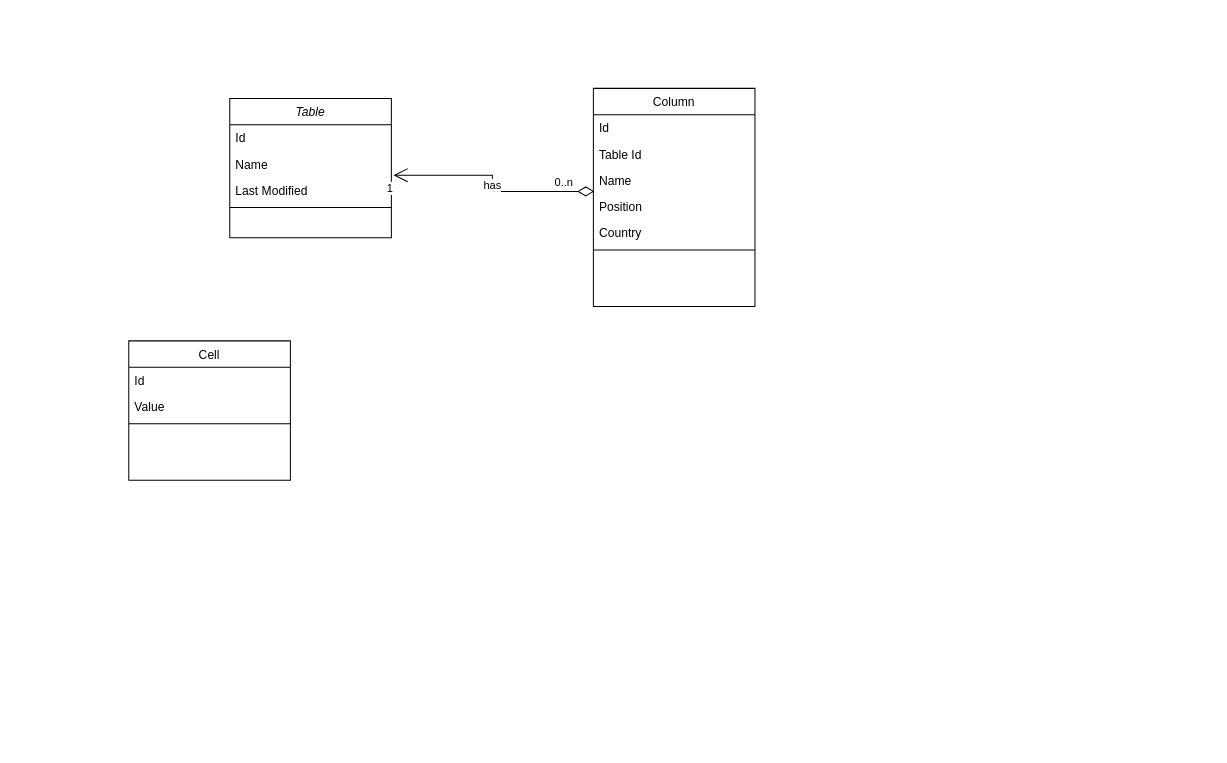
This is app/Excel Diagram.drawio from Toan1223/TestCoroutines, a draw.io file, before an edit. Source tidied: cells renumbered, new cells numbered last; positions are measured from the earlier drawing's top-left corner, leaving out a move shared by most shapes. Both pictures are drawn from the tidied source at 101%, with x=0, y=0 at pixel (128, 88).
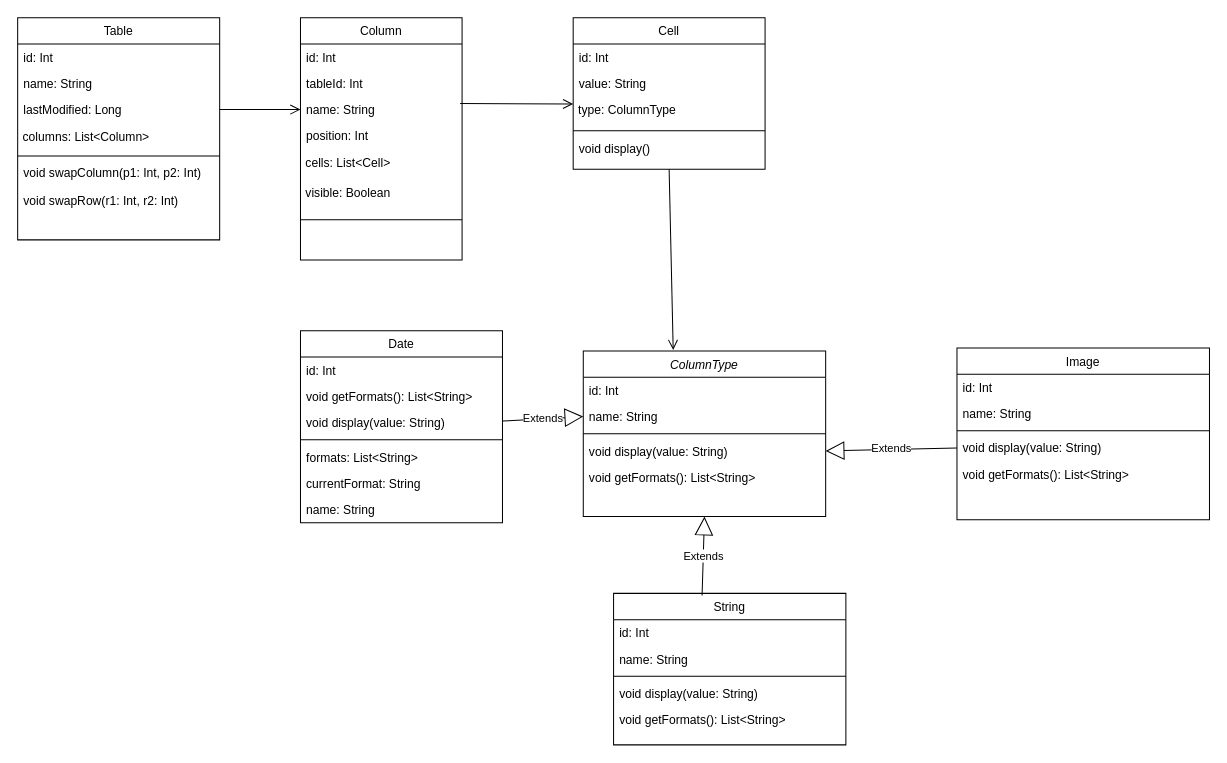
The same page after the edit.

Change to the diagram source:
```diff
@@
-    <mxCell id="2" value="Table" style="swimlane;fontStyle=2;align=center;verticalAlign=top;horizontal=1;startSize=26;rounded=0;shadow=0;strokeWidth=1;" parent="1" vertex="1">
-      <mxGeometry x="100" y="10" width="160" height="138" as="geometry" />
+    <mxCell id="2" value="Table" style="swimlane;fontStyle=0;align=center;verticalAlign=top;horizontal=1;startSize=26;rounded=0;shadow=0;strokeWidth=1;" parent="1" vertex="1">
+      <mxGeometry x="-110" y="-70" width="200" height="220" as="geometry" />
     </mxCell>
-    <mxCell id="3" value="Id" style="text;align=left;verticalAlign=top;spacingLeft=4;spacingRight=4;overflow=hidden;rounded=0;shadow=0;html=0;" parent="2" vertex="1">
-      <mxGeometry y="26" width="160" height="26" as="geometry" />
+    <mxCell id="3" value="id: Int" style="text;align=left;verticalAlign=top;spacingLeft=4;spacingRight=4;overflow=hidden;rounded=0;shadow=0;html=0;" parent="2" vertex="1">
+      <mxGeometry y="26" width="200" height="26" as="geometry" />
     </mxCell>
-    <mxCell id="4" value="Name" style="text;align=left;verticalAlign=top;spacingLeft=4;spacingRight=4;overflow=hidden;" parent="2" vertex="1">
-      <mxGeometry y="52" width="160" height="26" as="geometry" />
+    <mxCell id="4" value="name: String" style="text;align=left;verticalAlign=top;spacingLeft=4;spacingRight=4;overflow=hidden;" parent="2" vertex="1">
+      <mxGeometry y="52" width="200" height="26" as="geometry" />
     </mxCell>
-    <mxCell id="5" value="Last Modified" style="text;align=left;verticalAlign=top;spacingLeft=4;spacingRight=4;overflow=hidden;points=[[0,0.5],[1,0.5]];portConstraint=eastwest;rounded=0;shadow=0;html=0;" parent="2" vertex="1">
-      <mxGeometry y="78" width="160" height="26" as="geometry" />
+    <mxCell id="5" value="lastModified: Long" style="text;align=left;verticalAlign=top;spacingLeft=4;spacingRight=4;overflow=hidden;points=[[0,0.5],[1,0.5]];portConstraint=eastwest;rounded=0;shadow=0;html=0;" parent="2" vertex="1">
+      <mxGeometry y="78" width="200" height="26" as="geometry" />
     </mxCell>
+    <mxCell id="21" value="&amp;nbsp;columns: List&amp;lt;Column&amp;gt;" style="text;strokeColor=none;align=left;fillColor=none;html=1;verticalAlign=middle;whiteSpace=wrap;rounded=0;" parent="2" vertex="1">
+      <mxGeometry y="104" width="200" height="30" as="geometry" />
+    </mxCell>
     <mxCell id="6" style="line;html=1;strokeWidth=1;align=left;verticalAlign=middle;spacingTop=-1;spacingLeft=3;spacingRight=3;labelPosition=right;" parent="2" vertex="1">
-      <mxGeometry y="104" width="160" height="8" as="geometry" />
+      <mxGeometry y="134" width="200" height="6" as="geometry" />
     </mxCell>
+    <mxCell id="22" value="void swapColumn(p1: Int, p2: Int)" style="text;align=left;verticalAlign=top;spacingLeft=4;spacingRight=4;overflow=hidden;rounded=0;shadow=0;html=0;" parent="2" vertex="1">
+      <mxGeometry y="140" width="200" height="28" as="geometry" />
+    </mxCell>
+    <mxCell id="23" value="void swapRow(r1: Int, r2: Int)" style="text;align=left;verticalAlign=top;spacingLeft=4;spacingRight=4;overflow=hidden;rounded=0;shadow=0;html=0;" parent="2" vertex="1">
+      <mxGeometry y="168" width="200" height="28" as="geometry" />
+    </mxCell>
     <mxCell id="7" value="Cell" style="swimlane;fontStyle=0;align=center;verticalAlign=top;horizontal=1;startSize=26;rounded=0;shadow=0;strokeWidth=1;" parent="1" vertex="1">
-      <mxGeometry y="250" width="160" height="138" as="geometry" />
+      <mxGeometry x="440" y="-70" width="190" height="150" as="geometry" />
     </mxCell>
-    <mxCell id="8" value="Id" style="text;align=left;verticalAlign=top;spacingLeft=4;spacingRight=4;overflow=hidden;" parent="7" vertex="1">
-      <mxGeometry y="26" width="160" height="26" as="geometry" />
+    <mxCell id="8" value="id: Int" style="text;align=left;verticalAlign=top;spacingLeft=4;spacingRight=4;overflow=hidden;" parent="7" vertex="1">
+      <mxGeometry y="26" width="190" height="26" as="geometry" />
     </mxCell>
-    <mxCell id="9" value="Value" style="text;align=left;verticalAlign=top;spacingLeft=4;spacingRight=4;overflow=hidden;rounded=0;shadow=0;html=0;" parent="7" vertex="1">
-      <mxGeometry y="52" width="160" height="26" as="geometry" />
+    <mxCell id="9" value="value: String" style="text;align=left;verticalAlign=top;spacingLeft=4;spacingRight=4;overflow=hidden;rounded=0;shadow=0;html=0;" parent="7" vertex="1">
+      <mxGeometry y="52" width="190" height="26" as="geometry" />
     </mxCell>
+    <mxCell id="24" value="&amp;nbsp;type: ColumnType" style="text;strokeColor=none;align=left;fillColor=none;html=1;verticalAlign=top;whiteSpace=wrap;rounded=0;spacingRight=4;" parent="7" vertex="1">
+      <mxGeometry y="78" width="190" height="30" as="geometry" />
+    </mxCell>
     <mxCell id="10" style="line;html=1;strokeWidth=1;align=left;verticalAlign=middle;spacingTop=-1;spacingLeft=3;spacingRight=3;labelPosition=right;" parent="7" vertex="1">
-      <mxGeometry y="78" width="160" height="8" as="geometry" />
+      <mxGeometry y="108" width="190" height="8" as="geometry" />
     </mxCell>
+    <mxCell id="25" value="void display()" style="text;align=left;verticalAlign=top;spacingLeft=4;spacingRight=4;overflow=hidden;rounded=0;shadow=0;html=0;" parent="7" vertex="1">
+      <mxGeometry y="116" width="190" height="28" as="geometry" />
+    </mxCell>
     <mxCell id="11" value="Column" style="swimlane;fontStyle=0;align=center;verticalAlign=top;horizontal=1;startSize=26;rounded=0;shadow=0;strokeWidth=1;" parent="1" vertex="1">
-      <mxGeometry x="460" width="160" height="216" as="geometry" />
+      <mxGeometry x="170" y="-70" width="160" height="240" as="geometry" />
     </mxCell>
-    <mxCell id="12" value="Id" style="text;align=left;verticalAlign=top;spacingLeft=4;spacingRight=4;overflow=hidden;" parent="11" vertex="1">
+    <mxCell id="12" value="id: Int" style="text;align=left;verticalAlign=top;spacingLeft=4;spacingRight=4;overflow=hidden;" parent="11" vertex="1">
       <mxGeometry y="26" width="160" height="26" as="geometry" />
     </mxCell>
-    <mxCell id="13" value="Table Id" style="text;align=left;verticalAlign=top;spacingLeft=4;spacingRight=4;overflow=hidden;rounded=0;shadow=0;html=0;" parent="11" vertex="1">
+    <mxCell id="13" value="tableId: Int" style="text;align=left;verticalAlign=top;spacingLeft=4;spacingRight=4;overflow=hidden;rounded=0;shadow=0;html=0;" parent="11" vertex="1">
       <mxGeometry y="52" width="160" height="26" as="geometry" />
     </mxCell>
-    <mxCell id="14" value="Name" style="text;align=left;verticalAlign=top;spacingLeft=4;spacingRight=4;overflow=hidden;points=[[0,0.5],[1,0.5]];portConstraint=eastwest;rounded=0;shadow=0;html=0;" parent="11" vertex="1">
+    <mxCell id="14" value="name: String" style="text;align=left;verticalAlign=top;spacingLeft=4;spacingRight=4;overflow=hidden;points=[[0,0.5],[1,0.5]];portConstraint=eastwest;rounded=0;shadow=0;html=0;" parent="11" vertex="1">
       <mxGeometry y="78" width="160" height="26" as="geometry" />
     </mxCell>
-    <mxCell id="15" value="Position" style="text;align=left;verticalAlign=top;spacingLeft=4;spacingRight=4;overflow=hidden;points=[[0,0.5],[1,0.5]];portConstraint=eastwest;rounded=0;shadow=0;html=0;" parent="11" vertex="1">
+    <mxCell id="15" value="position: Int" style="text;align=left;verticalAlign=top;spacingLeft=4;spacingRight=4;overflow=hidden;points=[[0,0.5],[1,0.5]];portConstraint=eastwest;rounded=0;shadow=0;html=0;" parent="11" vertex="1">
       <mxGeometry y="104" width="160" height="26" as="geometry" />
     </mxCell>
-    <mxCell id="16" value="Country" style="text;align=left;verticalAlign=top;spacingLeft=4;spacingRight=4;overflow=hidden;rounded=0;shadow=0;html=0;" parent="11" vertex="1">
-      <mxGeometry y="130" width="160" height="26" as="geometry" />
-    </mxCell>
+    <mxCell id="26" value="&amp;nbsp;cells: List&amp;lt;Cell&amp;gt;" style="text;strokeColor=none;align=left;fillColor=none;html=1;verticalAlign=top;whiteSpace=wrap;rounded=0;spacingRight=4;" parent="11" vertex="1">
+      <mxGeometry y="130" width="160" height="30" as="geometry" />
+    </mxCell>
+    <mxCell id="27" value="&amp;nbsp;visible: Boolean" style="text;strokeColor=none;align=left;fillColor=none;html=1;verticalAlign=top;whiteSpace=wrap;rounded=0;spacingRight=4;" parent="11" vertex="1">
+      <mxGeometry y="160" width="160" height="30" as="geometry" />
+    </mxCell>
     <mxCell id="17" style="line;html=1;strokeWidth=1;align=left;verticalAlign=middle;spacingTop=-1;spacingLeft=3;spacingRight=3;labelPosition=right;" parent="11" vertex="1">
-      <mxGeometry y="156" width="160" height="8" as="geometry" />
+      <mxGeometry y="190" width="160" height="20" as="geometry" />
     </mxCell>
-    <mxCell id="18" value="has" style="endArrow=open;html=1;endSize=12;startArrow=diamondThin;startSize=14;startFill=0;edgeStyle=orthogonalEdgeStyle;rounded=0;entryX=1.013;entryY=-0.077;entryDx=0;entryDy=0;entryPerimeter=0;exitX=0.006;exitY=-0.077;exitDx=0;exitDy=0;exitPerimeter=0;" parent="1" edge="1" source="15" target="5">
-      <mxGeometry relative="1" as="geometry" />
-    </mxCell>
-    <mxCell id="19" value="0..n" style="edgeLabel;html=1;align=left;verticalAlign=top;" parent="18" vertex="1">
-      <mxGeometry x="-1" relative="1" as="geometry">
-        <mxPoint x="-41" y="-22" as="offset" />
-      </mxGeometry>
-    </mxCell>
-    <mxCell id="20" value="1" style="edgeLabel;html=1;align=right;verticalAlign=top;" parent="18" vertex="1">
-      <mxGeometry x="1" relative="1" as="geometry" />
-    </mxCell>
+    <mxCell id="28" value="ColumnType" style="swimlane;fontStyle=2;align=center;verticalAlign=top;horizontal=1;startSize=26;rounded=0;shadow=0;strokeWidth=1;" parent="1" vertex="1">
+      <mxGeometry x="450" y="260" width="240" height="164" as="geometry" />
+    </mxCell>
+    <mxCell id="29" value="id: Int" style="text;align=left;verticalAlign=top;spacingLeft=4;spacingRight=4;overflow=hidden;" parent="28" vertex="1">
+      <mxGeometry y="26" width="240" height="26" as="geometry" />
+    </mxCell>
+    <mxCell id="30" value="name: String" style="text;align=left;verticalAlign=top;spacingLeft=4;spacingRight=4;overflow=hidden;points=[[0,0.5],[1,0.5]];portConstraint=eastwest;rounded=0;shadow=0;html=0;" parent="28" vertex="1">
+      <mxGeometry y="52" width="240" height="26" as="geometry" />
+    </mxCell>
+    <mxCell id="31" style="line;html=1;strokeWidth=1;align=left;verticalAlign=middle;spacingTop=-1;spacingLeft=3;spacingRight=3;labelPosition=right;" parent="28" vertex="1">
+      <mxGeometry y="78" width="240" height="8" as="geometry" />
+    </mxCell>
+    <mxCell id="32" value="void display(value: String)" style="text;align=left;verticalAlign=top;spacingLeft=4;spacingRight=4;overflow=hidden;points=[[0,0.5],[1,0.5]];portConstraint=eastwest;rounded=0;shadow=0;html=0;" parent="28" vertex="1">
+      <mxGeometry y="86" width="240" height="26" as="geometry" />
+    </mxCell>
+    <mxCell id="33" value="void getFormats(): List&lt;String&gt;" style="text;align=left;verticalAlign=top;spacingLeft=4;spacingRight=4;overflow=hidden;rounded=0;shadow=0;html=0;" parent="28" vertex="1">
+      <mxGeometry y="112" width="240" height="26" as="geometry" />
+    </mxCell>
+    <mxCell id="34" value="Date" style="swimlane;fontStyle=0;align=center;verticalAlign=top;horizontal=1;startSize=26;rounded=0;shadow=0;strokeWidth=1;" parent="1" vertex="1">
+      <mxGeometry x="170" y="240" width="200" height="190" as="geometry" />
+    </mxCell>
+    <mxCell id="35" value="id: Int" style="text;align=left;verticalAlign=top;spacingLeft=4;spacingRight=4;overflow=hidden;" parent="34" vertex="1">
+      <mxGeometry y="26" width="200" height="26" as="geometry" />
+    </mxCell>
+    <mxCell id="36" value="void getFormats(): List&lt;String&gt;" style="text;align=left;verticalAlign=top;spacingLeft=4;spacingRight=4;overflow=hidden;rounded=0;shadow=0;html=0;" parent="34" vertex="1">
+      <mxGeometry y="52" width="200" height="26" as="geometry" />
+    </mxCell>
+    <mxCell id="37" value="void display(value: String)" style="text;align=left;verticalAlign=top;spacingLeft=4;spacingRight=4;overflow=hidden;rounded=0;shadow=0;html=0;" parent="34" vertex="1">
+      <mxGeometry y="78" width="200" height="26" as="geometry" />
+    </mxCell>
+    <mxCell id="38" style="line;html=1;strokeWidth=1;align=left;verticalAlign=middle;spacingTop=-1;spacingLeft=3;spacingRight=3;labelPosition=right;" parent="34" vertex="1">
+      <mxGeometry y="104" width="200" height="8" as="geometry" />
+    </mxCell>
+    <mxCell id="39" value="formats: List&lt;String&gt;" style="text;align=left;verticalAlign=top;spacingLeft=4;spacingRight=4;overflow=hidden;rounded=0;shadow=0;html=0;" parent="34" vertex="1">
+      <mxGeometry y="112" width="200" height="26" as="geometry" />
+    </mxCell>
+    <mxCell id="40" value="currentFormat: String" style="text;align=left;verticalAlign=top;spacingLeft=4;spacingRight=4;overflow=hidden;rounded=0;shadow=0;html=0;" parent="34" vertex="1">
+      <mxGeometry y="138" width="200" height="26" as="geometry" />
+    </mxCell>
+    <mxCell id="41" value="name: String" style="text;align=left;verticalAlign=top;spacingLeft=4;spacingRight=4;overflow=hidden;rounded=0;shadow=0;html=0;" parent="34" vertex="1">
+      <mxGeometry y="164" width="200" height="26" as="geometry" />
+    </mxCell>
+    <mxCell id="42" value="Extends" style="endArrow=block;endSize=16;endFill=0;html=1;rounded=0;entryX=0;entryY=0.5;entryDx=0;entryDy=0;" parent="1" edge="1" source="34" target="30">
+      <mxGeometry relative="1" as="geometry" />
+    </mxCell>
+    <mxCell id="43" value="String" style="swimlane;fontStyle=0;align=center;verticalAlign=top;horizontal=1;startSize=26;rounded=0;shadow=0;strokeWidth=1;" parent="1" vertex="1">
+      <mxGeometry x="480" y="500" width="230" height="150" as="geometry" />
+    </mxCell>
+    <mxCell id="44" value="id: Int" style="text;align=left;verticalAlign=top;spacingLeft=4;spacingRight=4;overflow=hidden;" parent="43" vertex="1">
+      <mxGeometry y="26" width="230" height="26" as="geometry" />
+    </mxCell>
+    <mxCell id="45" value="name: String" style="text;align=left;verticalAlign=top;spacingLeft=4;spacingRight=4;overflow=hidden;rounded=0;shadow=0;html=0;" parent="43" vertex="1">
+      <mxGeometry y="52" width="230" height="26" as="geometry" />
+    </mxCell>
+    <mxCell id="46" style="line;html=1;strokeWidth=1;align=left;verticalAlign=middle;spacingTop=-1;spacingLeft=3;spacingRight=3;labelPosition=right;" parent="43" vertex="1">
+      <mxGeometry y="78" width="230" height="8" as="geometry" />
+    </mxCell>
+    <mxCell id="47" value="void display(value: String)" style="text;align=left;verticalAlign=top;spacingLeft=4;spacingRight=4;overflow=hidden;rounded=0;shadow=0;html=0;" parent="43" vertex="1">
+      <mxGeometry y="86" width="230" height="26" as="geometry" />
+    </mxCell>
+    <mxCell id="48" value="void getFormats(): List&lt;String&gt;" style="text;align=left;verticalAlign=top;spacingLeft=4;spacingRight=4;overflow=hidden;rounded=0;shadow=0;html=0;" parent="43" vertex="1">
+      <mxGeometry y="112" width="230" height="26" as="geometry" />
+    </mxCell>
+    <mxCell id="49" value="Extends" style="endArrow=block;endSize=16;endFill=0;html=1;rounded=0;exitX=0.381;exitY=0.014;exitDx=0;exitDy=0;exitPerimeter=0;entryX=0.5;entryY=1;entryDx=0;entryDy=0;" parent="1" edge="1" source="43" target="28">
+      <mxGeometry relative="1" as="geometry" />
+    </mxCell>
+    <mxCell id="50" value="Image" style="swimlane;fontStyle=0;align=center;verticalAlign=top;horizontal=1;startSize=26;rounded=0;shadow=0;strokeWidth=1;" parent="1" vertex="1">
+      <mxGeometry x="820" y="257" width="250" height="170" as="geometry" />
+    </mxCell>
+    <mxCell id="51" value="id: Int" style="text;align=left;verticalAlign=top;spacingLeft=4;spacingRight=4;overflow=hidden;" parent="50" vertex="1">
+      <mxGeometry y="26" width="250" height="26" as="geometry" />
+    </mxCell>
+    <mxCell id="52" value="name: String" style="text;align=left;verticalAlign=top;spacingLeft=4;spacingRight=4;overflow=hidden;rounded=0;shadow=0;html=0;" parent="50" vertex="1">
+      <mxGeometry y="52" width="250" height="26" as="geometry" />
+    </mxCell>
+    <mxCell id="53" style="line;html=1;strokeWidth=1;align=left;verticalAlign=middle;spacingTop=-1;spacingLeft=3;spacingRight=3;labelPosition=right;" parent="50" vertex="1">
+      <mxGeometry y="78" width="250" height="8" as="geometry" />
+    </mxCell>
+    <mxCell id="54" value="void display(value: String)" style="text;align=left;verticalAlign=top;spacingLeft=4;spacingRight=4;overflow=hidden;points=[[0,0.5],[1,0.5]];portConstraint=eastwest;rounded=0;shadow=0;html=0;" parent="50" vertex="1">
+      <mxGeometry y="86" width="250" height="26" as="geometry" />
+    </mxCell>
+    <mxCell id="55" value="void getFormats(): List&lt;String&gt;" style="text;align=left;verticalAlign=top;spacingLeft=4;spacingRight=4;overflow=hidden;rounded=0;shadow=0;html=0;" parent="50" vertex="1">
+      <mxGeometry y="112" width="250" height="26" as="geometry" />
+    </mxCell>
+    <mxCell id="56" value="Extends" style="endArrow=block;endSize=16;endFill=0;html=1;rounded=0;entryX=1;entryY=0.5;entryDx=0;entryDy=0;exitX=0;exitY=0.5;exitDx=0;exitDy=0;" parent="1" edge="1" source="54" target="32">
+      <mxGeometry relative="1" as="geometry" />
+    </mxCell>
+    <mxCell id="57" style="endArrow=open;startArrow=none;endFill=0;startFill=0;endSize=8;html=1;verticalAlign=bottom;labelBackgroundColor=none;strokeWidth=1;rounded=0;entryX=0;entryY=0.5;entryDx=0;entryDy=0;exitX=1;exitY=0.5;exitDx=0;exitDy=0;" parent="1" edge="1" source="5" target="14">
+      <mxGeometry relative="1" as="geometry" />
+    </mxCell>
+    <mxCell id="58" style="endArrow=open;startArrow=none;endFill=0;startFill=0;endSize=8;html=1;verticalAlign=bottom;labelBackgroundColor=none;strokeWidth=1;rounded=0;entryX=0;entryY=0.25;entryDx=0;entryDy=0;exitX=0.988;exitY=0.269;exitDx=0;exitDy=0;exitPerimeter=0;" parent="1" edge="1" source="14" target="24">
+      <mxGeometry relative="1" as="geometry" />
+    </mxCell>
+    <mxCell id="59" style="endArrow=open;startArrow=none;endFill=0;startFill=0;endSize=8;html=1;verticalAlign=bottom;labelBackgroundColor=none;strokeWidth=1;rounded=0;exitX=0.5;exitY=1;exitDx=0;exitDy=0;entryX=0.371;entryY=-0.006;entryDx=0;entryDy=0;entryPerimeter=0;" parent="1" edge="1" source="7" target="28">
+      <mxGeometry relative="1" as="geometry" />
+    </mxCell>
```
